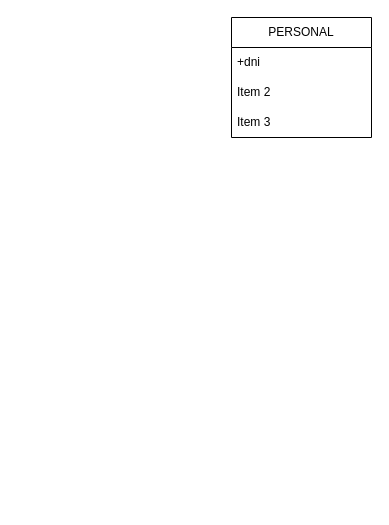
The draw.io diagram test.drawio in NyanCat6886/BasesDeDatosETSITGC, before the edit. Source tidied: cells renumbered, new cells numbered last; positions are measured from the earlier drawing's top-left corner, leaving out a move shared by most shapes. Both pictures are drawn from the tidied source at 100%, with x=0, y=0 at pixel (231, 17).
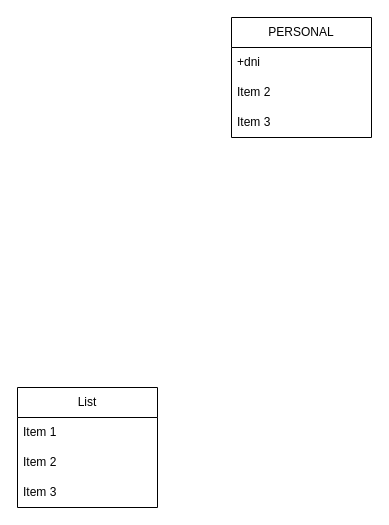
After the change.

Change to the diagram source:
```diff
@@
 <mxGraphModel>
   <root>
     <mxCell id="0" />
     <mxCell id="1" parent="0" />
     <mxCell id="2" value="PERSONAL" style="swimlane;fontStyle=0;horizontal=1;startSize=30;whiteSpace=wrap;html=1;" parent="1" vertex="1">
       <mxGeometry width="140" height="120" as="geometry" />
     </mxCell>
     <mxCell id="3" value="+dni" style="text;strokeColor=none;fillColor=none;align=left;verticalAlign=middle;spacingLeft=4;spacingRight=4;overflow=hidden;whiteSpace=wrap;html=1;" parent="2" vertex="1">
       <mxGeometry y="30" width="140" height="30" as="geometry" />
     </mxCell>
     <mxCell id="4" value="Item 2" style="text;strokeColor=none;fillColor=none;align=left;verticalAlign=middle;spacingLeft=4;spacingRight=4;overflow=hidden;whiteSpace=wrap;html=1;" parent="2" vertex="1">
       <mxGeometry y="60" width="140" height="30" as="geometry" />
     </mxCell>
     <mxCell id="5" value="Item 3" style="text;strokeColor=none;fillColor=none;align=left;verticalAlign=middle;spacingLeft=4;spacingRight=4;overflow=hidden;whiteSpace=wrap;html=1;" parent="2" vertex="1">
       <mxGeometry y="90" width="140" height="30" as="geometry" />
     </mxCell>
+    <mxCell id="6" value="List" style="swimlane;fontStyle=0;horizontal=1;startSize=30;whiteSpace=wrap;html=1;" parent="1" vertex="1">
+      <mxGeometry x="-214" y="370" width="140" height="120" as="geometry" />
+    </mxCell>
+    <mxCell id="7" value="Item 1" style="text;strokeColor=none;fillColor=none;align=left;verticalAlign=middle;spacingLeft=4;spacingRight=4;overflow=hidden;whiteSpace=wrap;html=1;" parent="6" vertex="1">
+      <mxGeometry y="30" width="140" height="30" as="geometry" />
+    </mxCell>
+    <mxCell id="8" value="Item 2" style="text;strokeColor=none;fillColor=none;align=left;verticalAlign=middle;spacingLeft=4;spacingRight=4;overflow=hidden;whiteSpace=wrap;html=1;" parent="6" vertex="1">
+      <mxGeometry y="60" width="140" height="30" as="geometry" />
+    </mxCell>
+    <mxCell id="9" value="Item 3" style="text;strokeColor=none;fillColor=none;align=left;verticalAlign=middle;spacingLeft=4;spacingRight=4;overflow=hidden;whiteSpace=wrap;html=1;" parent="6" vertex="1">
+      <mxGeometry y="90" width="140" height="30" as="geometry" />
+    </mxCell>
   </root>
 </mxGraphModel>
```
